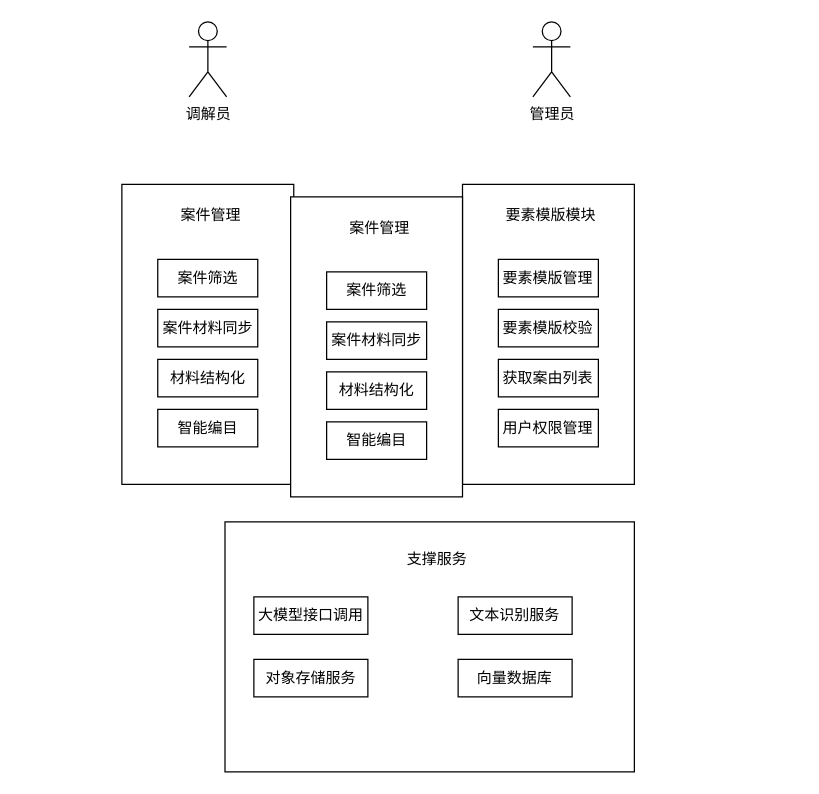
Above: 应用场景图.drawio in Lainy0605/graduate (draw.io), before the change. Source tidied: cells renumbered, new cells numbered last; positions are measured from the earlier drawing's top-left corner, leaving out a move shared by most shapes. Both pictures are drawn from the tidied source at 125%, with x=0, y=0 at pixel (121, 21).
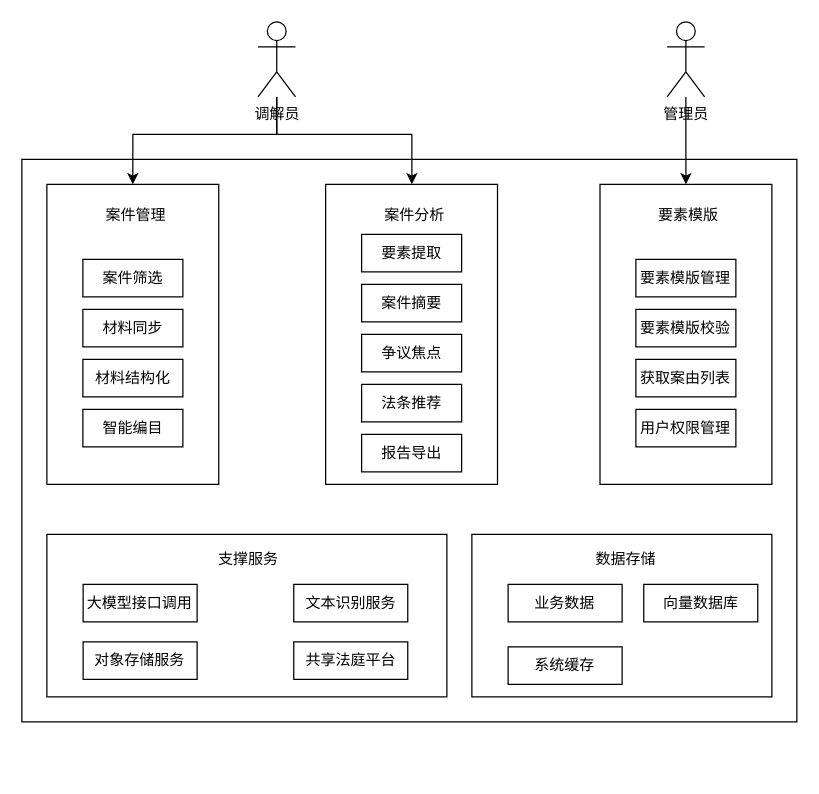
After the change.

Commit message:
更新应用场景图.drawio

Change to the diagram source:
```diff
@@
+    <mxCell id="28" style="rounded=0;whiteSpace=wrap;html=1;" parent="1" vertex="1">
+      <mxGeometry x="-80" y="110" width="620" height="450" as="geometry" />
+    </mxCell>
+    <mxCell id="29" style="edgeStyle=orthogonalEdgeStyle;rounded=0;jettySize=auto;html=1;entryX=0.5;entryY=0;entryDx=0;entryDy=0;" parent="1" edge="1" source="2" target="16">
+      <mxGeometry relative="1" as="geometry">
+        <Array as="points">
+          <mxPoint x="124" y="90" />
+          <mxPoint x="9" y="90" />
+        </Array>
+      </mxGeometry>
+    </mxCell>
+    <mxCell id="30" style="edgeStyle=orthogonalEdgeStyle;rounded=0;jettySize=auto;html=1;" parent="1" edge="1" source="2" target="22">
+      <mxGeometry relative="1" as="geometry">
+        <Array as="points">
+          <mxPoint x="124" y="90" />
+          <mxPoint x="232" y="90" />
+        </Array>
+      </mxGeometry>
+    </mxCell>
     <mxCell id="2" value="调解员" style="shape=umlActor;verticalLabelPosition=bottom;verticalAlign=top;html=1;outlineConnect=0;" parent="1" vertex="1">
-      <mxGeometry x="53.8" width="30" height="60" as="geometry" />
+      <mxGeometry x="108.9" width="30" height="60" as="geometry" />
     </mxCell>
+    <mxCell id="31" style="edgeStyle=orthogonalEdgeStyle;rounded=0;jettySize=auto;html=1;entryX=0.5;entryY=0;entryDx=0;entryDy=0;" parent="1" edge="1" source="3" target="4">
+      <mxGeometry relative="1" as="geometry" />
+    </mxCell>
     <mxCell id="3" value="管理员" style="shape=umlActor;verticalLabelPosition=bottom;verticalAlign=top;html=1;outlineConnect=0;" parent="1" vertex="1">
-      <mxGeometry x="328.8" width="30" height="60" as="geometry" />
+      <mxGeometry x="436.2" width="30" height="60" as="geometry" />
     </mxCell>
     <mxCell id="4" style="rounded=0;whiteSpace=wrap;html=1;" parent="1" vertex="1">
-      <mxGeometry x="272.5" y="130" width="137.5" height="240" as="geometry" />
+      <mxGeometry x="382.5" y="130" width="137.5" height="240" as="geometry" />
     </mxCell>
-    <mxCell id="5" value="要素模版模块" style="text;html=1;whiteSpace=wrap;strokeColor=none;fillColor=none;align=center;verticalAlign=middle;rounded=0;" parent="1" vertex="1">
-      <mxGeometry x="306.2" y="140" width="75" height="30" as="geometry" />
+    <mxCell id="5" value="要素模版" style="text;html=1;whiteSpace=wrap;strokeColor=none;fillColor=none;align=center;verticalAlign=middle;rounded=0;" parent="1" vertex="1">
+      <mxGeometry x="416.2" y="140" width="75" height="30" as="geometry" />
     </mxCell>
     <mxCell id="6" value="获取案由列表" style="rounded=0;whiteSpace=wrap;html=1;" parent="1" vertex="1">
-      <mxGeometry x="301.2" y="270" width="80" height="30" as="geometry" />
+      <mxGeometry x="411.2" y="270" width="80" height="30" as="geometry" />
     </mxCell>
     <mxCell id="7" value="要素模版管理" style="rounded=0;whiteSpace=wrap;html=1;" parent="1" vertex="1">
-      <mxGeometry x="301.2" y="190" width="80" height="30" as="geometry" />
+      <mxGeometry x="411.2" y="190" width="80" height="30" as="geometry" />
     </mxCell>
     <mxCell id="8" value="用户权限管理" style="rounded=0;whiteSpace=wrap;html=1;" parent="1" vertex="1">
-      <mxGeometry x="301.2" y="310" width="80" height="30" as="geometry" />
+      <mxGeometry x="411.2" y="310" width="80" height="30" as="geometry" />
     </mxCell>
     <mxCell id="9" value="要素模版校验" style="rounded=0;whiteSpace=wrap;html=1;" parent="1" vertex="1">
-      <mxGeometry x="301.2" y="230" width="80" height="30" as="geometry" />
+      <mxGeometry x="411.2" y="230" width="80" height="30" as="geometry" />
     </mxCell>
     <mxCell id="10" style="rounded=0;whiteSpace=wrap;html=1;" parent="1" vertex="1">
-      <mxGeometry x="82.5" y="400" width="327.5" height="200" as="geometry" />
+      <mxGeometry x="-60" y="410" width="320" height="130" as="geometry" />
     </mxCell>
     <mxCell id="11" value="支撑服务" style="text;html=1;whiteSpace=wrap;strokeColor=none;fillColor=none;align=center;verticalAlign=middle;rounded=0;" parent="1" vertex="1">
-      <mxGeometry x="215" y="415" width="75" height="30" as="geometry" />
+      <mxGeometry x="63.9" y="415" width="75" height="30" as="geometry" />
     </mxCell>
     <mxCell id="12" value="大模型接口调用" style="rounded=0;whiteSpace=wrap;html=1;" parent="1" vertex="1">
-      <mxGeometry x="105.6" y="460" width="91.2" height="30" as="geometry" />
+      <mxGeometry x="-31" y="450" width="91.2" height="30" as="geometry" />
     </mxCell>
     <mxCell id="13" value="文本识别服务" style="rounded=0;whiteSpace=wrap;html=1;" parent="1" vertex="1">
-      <mxGeometry x="269" y="460" width="91.2" height="30" as="geometry" />
+      <mxGeometry x="137.5" y="450" width="91.2" height="30" as="geometry" />
     </mxCell>
     <mxCell id="14" value="对象存储服务" style="rounded=0;whiteSpace=wrap;html=1;" parent="1" vertex="1">
-      <mxGeometry x="105.6" y="510" width="91.2" height="30" as="geometry" />
+      <mxGeometry x="-31" y="496" width="91.2" height="30" as="geometry" />
     </mxCell>
-    <mxCell id="15" value="向量数据库" style="rounded=0;whiteSpace=wrap;html=1;" parent="1" vertex="1">
-      <mxGeometry x="269" y="510" width="91.2" height="30" as="geometry" />
-    </mxCell>
     <mxCell id="16" style="rounded=0;whiteSpace=wrap;html=1;" parent="1" vertex="1">
-      <mxGeometry y="130" width="137.5" height="240" as="geometry" />
+      <mxGeometry x="-60" y="130" width="137.5" height="240" as="geometry" />
     </mxCell>
     <mxCell id="17" value="案件管理" style="text;html=1;whiteSpace=wrap;strokeColor=none;fillColor=none;align=center;verticalAlign=middle;rounded=0;" parent="1" vertex="1">
-      <mxGeometry x="33.7" y="140" width="75" height="30" as="geometry" />
+      <mxGeometry x="-26.2" y="140" width="75" height="30" as="geometry" />
     </mxCell>
     <mxCell id="18" value="材料结构化" style="rounded=0;whiteSpace=wrap;html=1;" parent="1" vertex="1">
-      <mxGeometry x="28.7" y="270" width="80" height="30" as="geometry" />
+      <mxGeometry x="-31.2" y="270" width="80" height="30" as="geometry" />
     </mxCell>
     <mxCell id="19" value="案件筛选" style="rounded=0;whiteSpace=wrap;html=1;" parent="1" vertex="1">
-      <mxGeometry x="28.7" y="190" width="80" height="30" as="geometry" />
+      <mxGeometry x="-31.2" y="190" width="80" height="30" as="geometry" />
     </mxCell>
-    <mxCell id="20" value="案件材料同步" style="rounded=0;whiteSpace=wrap;html=1;" parent="1" vertex="1">
-      <mxGeometry x="28.7" y="230" width="80" height="30" as="geometry" />
+    <mxCell id="20" value="材料同步" style="rounded=0;whiteSpace=wrap;html=1;" parent="1" vertex="1">
+      <mxGeometry x="-31.2" y="230" width="80" height="30" as="geometry" />
     </mxCell>
     <mxCell id="21" value="智能编目" style="rounded=0;whiteSpace=wrap;html=1;" parent="1" vertex="1">
-      <mxGeometry x="28.7" y="310" width="80" height="30" as="geometry" />
+      <mxGeometry x="-31.2" y="310" width="80" height="30" as="geometry" />
     </mxCell>
     <mxCell id="22" style="rounded=0;whiteSpace=wrap;html=1;" parent="1" vertex="1">
-      <mxGeometry x="135" y="140" width="137.5" height="240" as="geometry" />
+      <mxGeometry x="163" y="130" width="137.5" height="240" as="geometry" />
     </mxCell>
-    <mxCell id="23" value="案件管理" style="text;html=1;whiteSpace=wrap;strokeColor=none;fillColor=none;align=center;verticalAlign=middle;rounded=0;" parent="1" vertex="1">
-      <mxGeometry x="168.8" y="150" width="75" height="30" as="geometry" />
+    <mxCell id="23" value="案件分析" style="text;html=1;whiteSpace=wrap;strokeColor=none;fillColor=none;align=center;verticalAlign=middle;rounded=0;" parent="1" vertex="1">
+      <mxGeometry x="196.8" y="140" width="75" height="30" as="geometry" />
     </mxCell>
-    <mxCell id="24" value="材料结构化" style="rounded=0;whiteSpace=wrap;html=1;" parent="1" vertex="1">
-      <mxGeometry x="163.8" y="280" width="80" height="30" as="geometry" />
+    <mxCell id="24" value="争议焦点" style="rounded=0;whiteSpace=wrap;html=1;" parent="1" vertex="1">
+      <mxGeometry x="191.8" y="250" width="80" height="30" as="geometry" />
     </mxCell>
-    <mxCell id="25" value="案件筛选" style="rounded=0;whiteSpace=wrap;html=1;" parent="1" vertex="1">
-      <mxGeometry x="163.8" y="200" width="80" height="30" as="geometry" />
+    <mxCell id="25" value="要素提取" style="rounded=0;whiteSpace=wrap;html=1;" parent="1" vertex="1">
+      <mxGeometry x="191.8" y="170" width="80" height="30" as="geometry" />
     </mxCell>
-    <mxCell id="26" value="案件材料同步" style="rounded=0;whiteSpace=wrap;html=1;" parent="1" vertex="1">
-      <mxGeometry x="163.8" y="240" width="80" height="30" as="geometry" />
+    <mxCell id="26" value="案件摘要" style="rounded=0;whiteSpace=wrap;html=1;" parent="1" vertex="1">
+      <mxGeometry x="191.8" y="210" width="80" height="30" as="geometry" />
     </mxCell>
-    <mxCell id="27" value="智能编目" style="rounded=0;whiteSpace=wrap;html=1;" parent="1" vertex="1">
-      <mxGeometry x="163.8" y="320" width="80" height="30" as="geometry" />
+    <mxCell id="27" value="法条推荐" style="rounded=0;whiteSpace=wrap;html=1;" parent="1" vertex="1">
+      <mxGeometry x="191.8" y="290" width="80" height="30" as="geometry" />
     </mxCell>
+    <mxCell id="32" value="报告导出" style="rounded=0;whiteSpace=wrap;html=1;" parent="1" vertex="1">
+      <mxGeometry x="191.8" y="330" width="80" height="30" as="geometry" />
+    </mxCell>
+    <mxCell id="33" style="rounded=0;whiteSpace=wrap;html=1;" parent="1" vertex="1">
+      <mxGeometry x="280" y="410" width="240" height="130" as="geometry" />
+    </mxCell>
+    <mxCell id="34" value="数据存储" style="text;html=1;whiteSpace=wrap;strokeColor=none;fillColor=none;align=center;verticalAlign=middle;rounded=0;" parent="1" vertex="1">
+      <mxGeometry x="366.2" y="415" width="75" height="30" as="geometry" />
+    </mxCell>
+    <mxCell id="35" value="业务数据" style="rounded=0;whiteSpace=wrap;html=1;" parent="1" vertex="1">
+      <mxGeometry x="309" y="450" width="91.2" height="30" as="geometry" />
+    </mxCell>
+    <mxCell id="36" value="系统缓存" style="rounded=0;whiteSpace=wrap;html=1;" parent="1" vertex="1">
+      <mxGeometry x="309" y="500" width="91.2" height="30" as="geometry" />
+    </mxCell>
+    <mxCell id="15" value="向量数据库" style="rounded=0;whiteSpace=wrap;html=1;" parent="1" vertex="1">
+      <mxGeometry x="417.5" y="450" width="91.2" height="30" as="geometry" />
+    </mxCell>
+    <mxCell id="37" value="共享法庭平台" style="rounded=0;whiteSpace=wrap;html=1;" parent="1" vertex="1">
+      <mxGeometry x="137.5" y="496" width="91.2" height="30" as="geometry" />
+    </mxCell>
```
